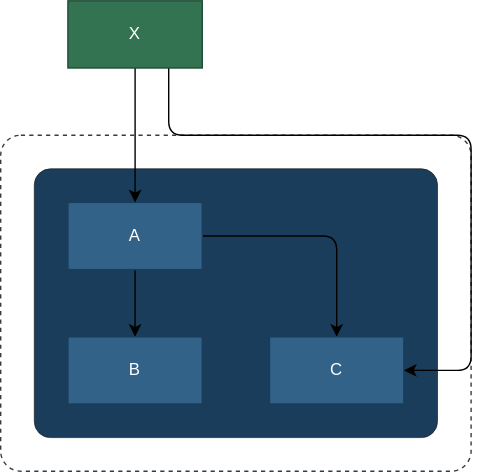
dxos/dxos keeps this draw.io diagram as packages/plugins/plugin-illustrator/docs/drawing.drawio.svg. Above is the earlier version. Source tidied: cells renumbered, new cells last; positions are measured from the earlier drawing's top-left corner, leaving out a move shared by most shapes. The source it was exported from:
```xml
<mxGraphModel>
  <root>
    <mxCell id="0" />
    <mxCell id="1" parent="0" />
    <mxCell id="2" style="rounded=1;whiteSpace=wrap;html=1;arcSize=6;dashed=1;strokeColor=#393C3E;" parent="1" vertex="1">
      <mxGeometry y="96" width="336" height="240" as="geometry" />
    </mxCell>
    <mxCell id="3" style="rounded=1;whiteSpace=wrap;html=1;arcSize=6;strokeWidth=0.5;strokeColor=#1E1F20;fillColor=#193D5A;fontColor=#FFFFFF;" parent="1" vertex="1">
      <mxGeometry x="24" y="120" width="288" height="192" as="geometry" />
    </mxCell>
    <mxCell id="4" style="edgeStyle=none;html=1;exitX=0.5;exitY=1;exitDx=0;exitDy=0;" parent="1" edge="1" source="6" target="7">
      <mxGeometry relative="1" as="geometry" />
    </mxCell>
    <mxCell id="5" style="edgeStyle=none;html=1;exitX=1;exitY=0.5;exitDx=0;exitDy=0;" parent="1" edge="1" source="6" target="8">
      <mxGeometry relative="1" as="geometry">
        <Array as="points">
          <mxPoint x="240" y="168" />
        </Array>
      </mxGeometry>
    </mxCell>
    <mxCell id="6" value="A" style="rounded=0;whiteSpace=wrap;html=1;fillColor=#326288;fontColor=#FFFFFF;strokeColor=#193D5A;" parent="1" vertex="1">
      <mxGeometry x="48" y="144" width="96" height="48" as="geometry" />
    </mxCell>
    <mxCell id="7" value="B" style="rounded=0;whiteSpace=wrap;html=1;fillColor=#326288;fontColor=#FFFFFF;strokeColor=#193D5A;" parent="1" vertex="1">
      <mxGeometry x="48" y="240" width="96" height="48" as="geometry" />
    </mxCell>
    <mxCell id="8" value="C" style="rounded=0;whiteSpace=wrap;html=1;fillColor=#326288;fontColor=#FFFFFF;strokeColor=#193D5A;" parent="1" vertex="1">
      <mxGeometry x="192" y="240" width="96" height="48" as="geometry" />
    </mxCell>
    <mxCell id="9" style="edgeStyle=none;html=1;exitX=0.5;exitY=1;exitDx=0;exitDy=0;" parent="1" edge="1" source="11" target="6">
      <mxGeometry relative="1" as="geometry" />
    </mxCell>
    <mxCell id="10" style="edgeStyle=none;html=1;exitX=0.75;exitY=1;exitDx=0;exitDy=0;entryX=1;entryY=0.5;entryDx=0;entryDy=0;" parent="1" edge="1" source="11" target="8">
      <mxGeometry relative="1" as="geometry">
        <Array as="points">
          <mxPoint x="120" y="96" />
          <mxPoint x="336" y="96" />
          <mxPoint x="336" y="264" />
        </Array>
      </mxGeometry>
    </mxCell>
    <mxCell id="11" value="X" style="rounded=0;whiteSpace=wrap;html=1;fillColor=#337352;fontColor=#FFFFFF;strokeColor=#214D37;" parent="1" vertex="1">
      <mxGeometry x="48" width="96" height="48" as="geometry" />
    </mxCell>
  </root>
</mxGraphModel>
```
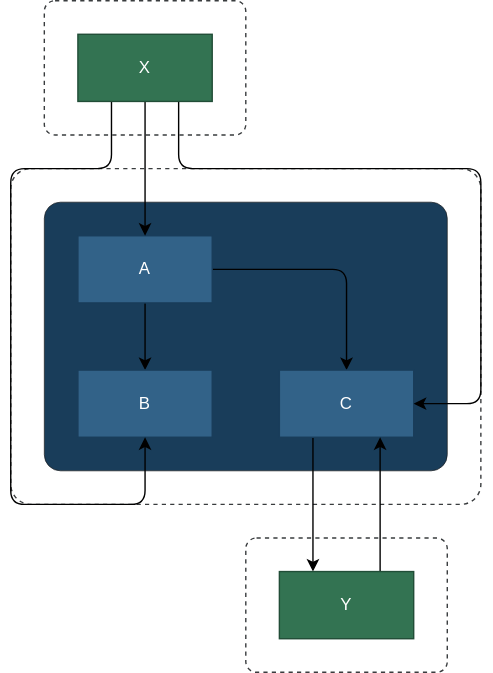
After the commit.

The edit, as a diff of the source:
```diff
@@ -2,6 +2,12 @@
   <root>
     <mxCell id="0" />
     <mxCell id="1" parent="0" />
+    <mxCell id="12" style="rounded=1;whiteSpace=wrap;html=1;arcSize=8;dashed=1;strokeColor=#393C3E;" parent="1" vertex="1">
+      <mxGeometry x="168" y="360" width="144" height="96" as="geometry" />
+    </mxCell>
+    <mxCell id="13" style="rounded=1;whiteSpace=wrap;html=1;arcSize=8;dashed=1;strokeColor=#393C3E;" parent="1" vertex="1">
+      <mxGeometry x="24" y="-24" width="144" height="96" as="geometry" />
+    </mxCell>
     <mxCell id="2" style="rounded=1;whiteSpace=wrap;html=1;arcSize=6;dashed=1;strokeColor=#393C3E;" parent="1" vertex="1">
       <mxGeometry y="96" width="336" height="240" as="geometry" />
     </mxCell>
@@ -24,6 +30,9 @@
     <mxCell id="7" value="B" style="rounded=0;whiteSpace=wrap;html=1;fillColor=#326288;fontColor=#FFFFFF;strokeColor=#193D5A;" parent="1" vertex="1">
       <mxGeometry x="48" y="240" width="96" height="48" as="geometry" />
     </mxCell>
+    <mxCell id="14" style="edgeStyle=none;html=1;exitX=0.25;exitY=1;exitDx=0;exitDy=0;entryX=0.25;entryY=0;entryDx=0;entryDy=0;" parent="1" edge="1" source="8" target="17">
+      <mxGeometry relative="1" as="geometry" />
+    </mxCell>
     <mxCell id="8" value="C" style="rounded=0;whiteSpace=wrap;html=1;fillColor=#326288;fontColor=#FFFFFF;strokeColor=#193D5A;" parent="1" vertex="1">
       <mxGeometry x="192" y="240" width="96" height="48" as="geometry" />
     </mxCell>
@@ -39,8 +48,24 @@
         </Array>
       </mxGeometry>
     </mxCell>
+    <mxCell id="15" style="edgeStyle=none;html=1;exitX=0.25;exitY=1;exitDx=0;exitDy=0;entryX=0.5;entryY=1;entryDx=0;entryDy=0;" parent="1" edge="1" source="11" target="7">
+      <mxGeometry relative="1" as="geometry">
+        <Array as="points">
+          <mxPoint x="72" y="96" />
+          <mxPoint y="96" />
+          <mxPoint y="336" />
+          <mxPoint x="96" y="336" />
+        </Array>
+      </mxGeometry>
+    </mxCell>
+    <mxCell id="16" style="edgeStyle=none;html=1;exitX=0.75;exitY=0;exitDx=0;exitDy=0;entryX=0.75;entryY=1;entryDx=0;entryDy=0;" parent="1" edge="1" source="17" target="8">
+      <mxGeometry relative="1" as="geometry" />
+    </mxCell>
     <mxCell id="11" value="X" style="rounded=0;whiteSpace=wrap;html=1;fillColor=#337352;fontColor=#FFFFFF;strokeColor=#214D37;" parent="1" vertex="1">
       <mxGeometry x="48" width="96" height="48" as="geometry" />
     </mxCell>
+    <mxCell id="17" value="Y" style="rounded=0;whiteSpace=wrap;html=1;fillColor=#337352;fontColor=#FFFFFF;strokeColor=#214D37;" parent="1" vertex="1">
+      <mxGeometry x="192" y="384" width="96" height="48" as="geometry" />
+    </mxCell>
   </root>
 </mxGraphModel>
```
